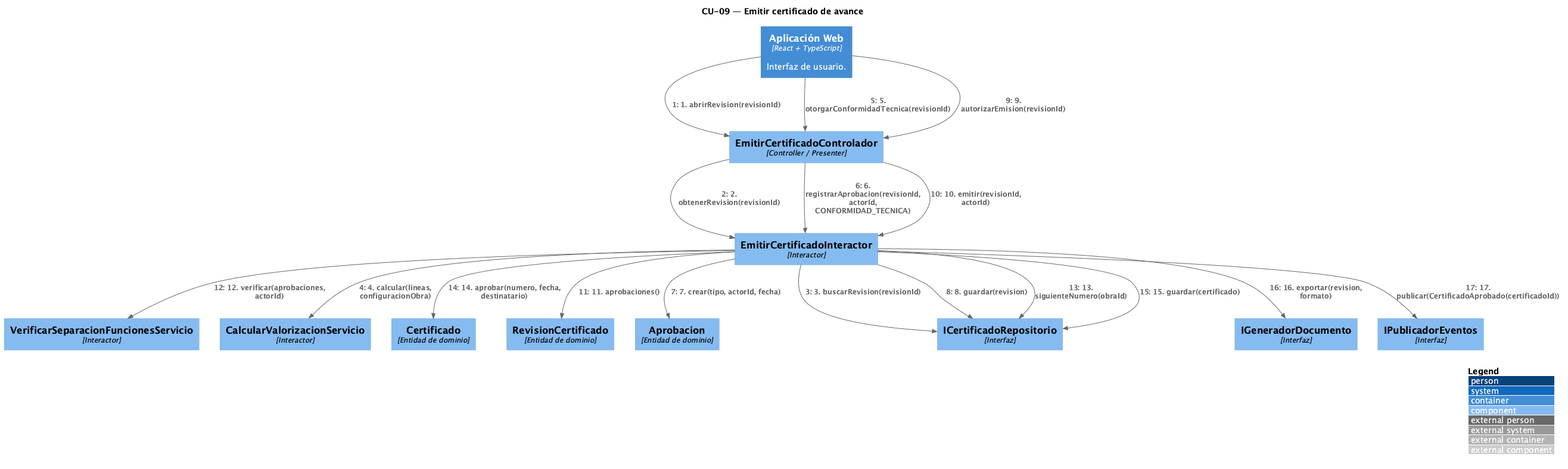
This is modelo/out/c4/C4-CU09.png from Ssrrb/TPF-teoria, a PlantUML export, as it was before one commit.
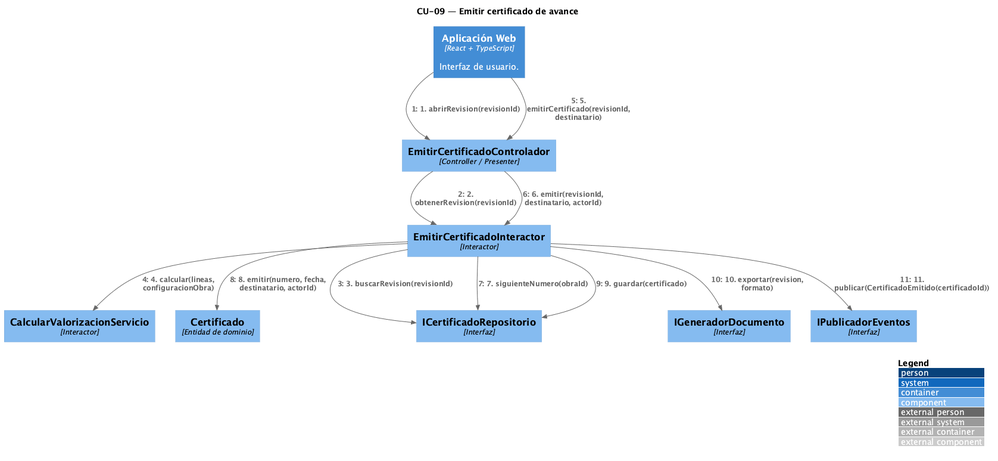
Later version of the same file.

Change to the diagram source:
```diff
@@ -5,12 +5,9 @@
 
 Container(web, "Aplicación Web", "React + TypeScript", "Interfaz de usuario.")
 Component(EmitirCertificadoControlador, "EmitirCertificadoControlador", "Controller / Presenter")
+Component(CalcularValorizacionServicio, "CalcularValorizacionServicio", "Interactor")
 Component(EmitirCertificadoInteractor, "EmitirCertificadoInteractor", "Interactor")
-Component(VerificarSeparacionFuncionesServicio, "VerificarSeparacionFuncionesServicio", "Interactor")
-Component(CalcularValorizacionServicio, "CalcularValorizacionServicio", "Interactor")
 Component(Certificado, "Certificado", "Entidad de dominio")
-Component(RevisionCertificado, "RevisionCertificado", "Entidad de dominio")
-Component(Aprobacion, "Aprobacion", "Entidad de dominio")
 Component(ICertificadoRepositorio, "ICertificadoRepositorio", "Interfaz")
 Component(IGeneradorDocumento, "IGeneradorDocumento", "Interfaz")
 Component(IPublicadorEventos, "IPublicadorEventos", "Interfaz")
@@ -19,17 +16,11 @@
 Rel(EmitirCertificadoControlador, EmitirCertificadoInteractor, "2. obtenerRevision(revisionId)")
 Rel(EmitirCertificadoInteractor, ICertificadoRepositorio, "3. buscarRevision(revisionId)")
 Rel(EmitirCertificadoInteractor, CalcularValorizacionServicio, "4. calcular(lineas, configuracionObra)")
-Rel(web, EmitirCertificadoControlador, "5. otorgarConformidadTecnica(revisionId)")
-Rel(EmitirCertificadoControlador, EmitirCertificadoInteractor, "6. registrarAprobacion(revisionId, actorId, CONFORMIDAD_TECNICA)")
-Rel(EmitirCertificadoInteractor, Aprobacion, "7. crear(tipo, actorId, fecha)")
-Rel(EmitirCertificadoInteractor, ICertificadoRepositorio, "8. guardar(revision)")
-Rel(web, EmitirCertificadoControlador, "9. autorizarEmision(revisionId)")
-Rel(EmitirCertificadoControlador, EmitirCertificadoInteractor, "10. emitir(revisionId, actorId)")
-Rel(EmitirCertificadoInteractor, RevisionCertificado, "11. aprobaciones()")
-Rel(EmitirCertificadoInteractor, VerificarSeparacionFuncionesServicio, "12. verificar(aprobaciones, actorId)")
-Rel(EmitirCertificadoInteractor, ICertificadoRepositorio, "13. siguienteNumero(obraId)")
-Rel(EmitirCertificadoInteractor, Certificado, "14. aprobar(numero, fecha, destinatario)")
-Rel(EmitirCertificadoInteractor, ICertificadoRepositorio, "15. guardar(certificado)")
-Rel(EmitirCertificadoInteractor, IGeneradorDocumento, "16. exportar(revision, formato)")
-Rel(EmitirCertificadoInteractor, IPublicadorEventos, "17. publicar(CertificadoAprobado(certificadoId))")
+Rel(web, EmitirCertificadoControlador, "5. emitirCertificado(revisionId, destinatario)")
+Rel(EmitirCertificadoControlador, EmitirCertificadoInteractor, "6. emitir(revisionId, destinatario, actorId)")
+Rel(EmitirCertificadoInteractor, ICertificadoRepositorio, "7. siguienteNumero(obraId)")
+Rel(EmitirCertificadoInteractor, Certificado, "8. emitir(numero, fecha, destinatario, actorId)")
+Rel(EmitirCertificadoInteractor, ICertificadoRepositorio, "9. guardar(certificado)")
+Rel(EmitirCertificadoInteractor, IGeneradorDocumento, "10. exportar(revision, formato)")
+Rel(EmitirCertificadoInteractor, IPublicadorEventos, "11. publicar(CertificadoEmitido(certificadoId))")
 @enduml
```
